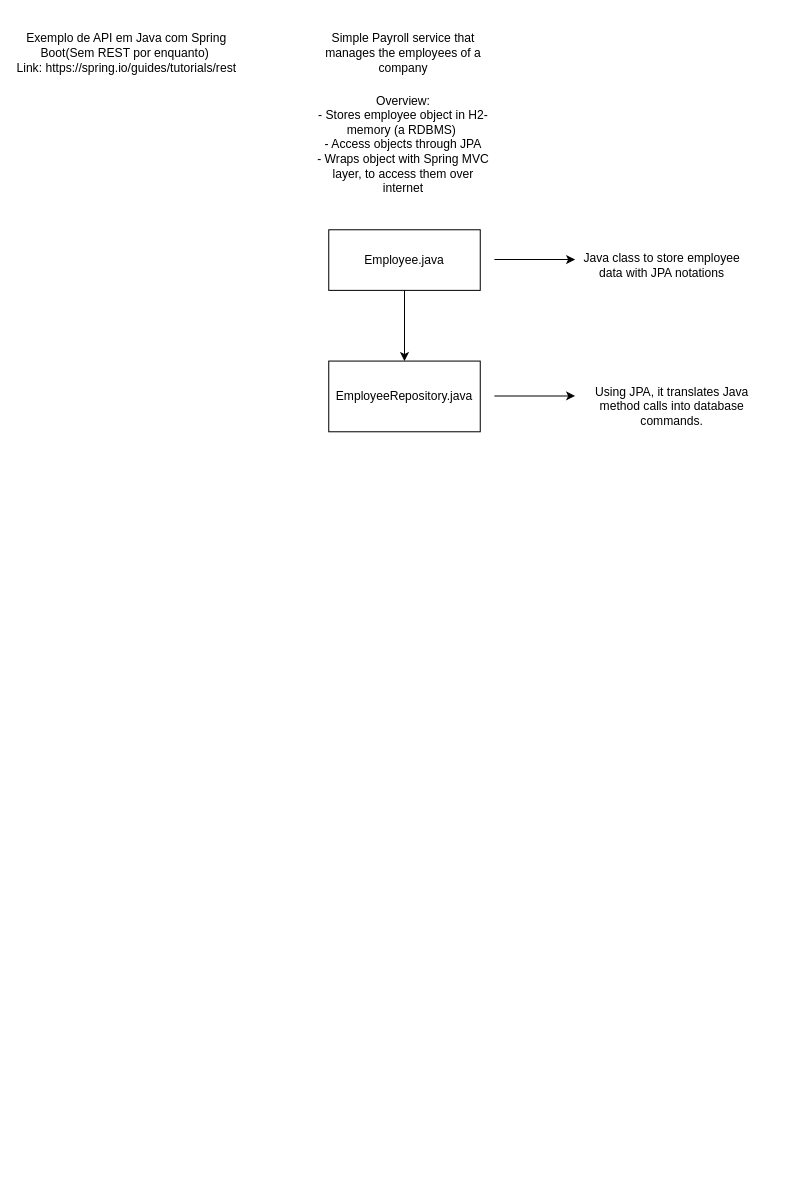
Earlier version of the draw.io diagram Diagrama sem nome.drawio (concertmaster40/Projeto-Transdisciplinar-BCC). Source tidied: cells renumbered, new cells numbered last; positions are measured from the earlier drawing's top-left corner, leaving out a move shared by most shapes. Both pictures are drawn from the tidied source at 101%, with x=0, y=0 at pixel (35, 17).
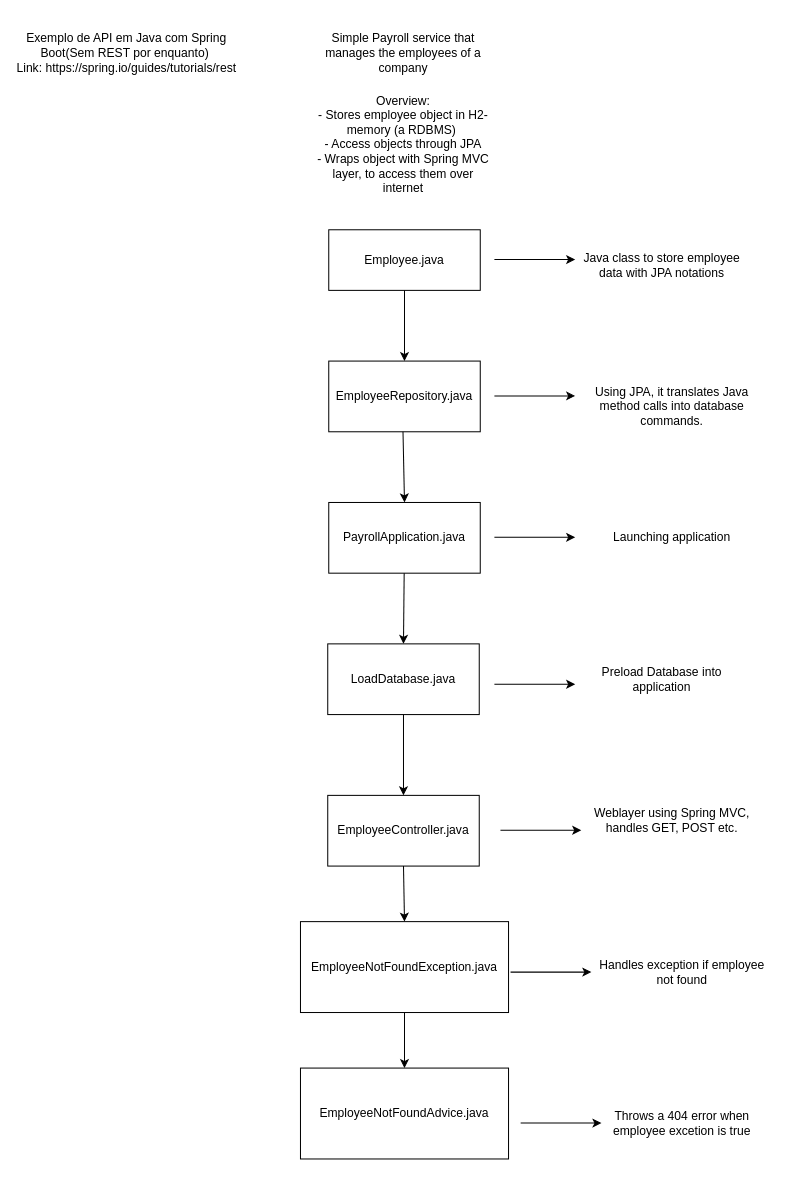
After the change.

Commit message:
fluxo completo sem REST

The edit, as a diff of the source:
```diff
@@
+    <mxCell id="12" value="Launching application" style="text;html=1;whiteSpace=wrap;strokeColor=none;fillColor=none;align=center;verticalAlign=middle;rounded=0;" parent="1" vertex="1">
+      <mxGeometry x="540" y="480" width="180" height="70" as="geometry" />
+    </mxCell>
+    <mxCell id="13" value="PayrollApplication.java" style="rounded=0;whiteSpace=wrap;html=1;" parent="1" vertex="1">
+      <mxGeometry x="290" y="480" width="150" height="70" as="geometry" />
+    </mxCell>
+    <mxCell id="14" style="endArrow=classic;html=1;rounded=0;exitX=0.5;exitY=1;exitDx=0;exitDy=0;entryX=0.5;entryY=0;entryDx=0;entryDy=0;" parent="1" edge="1" target="13">
+      <mxGeometry relative="1" as="geometry">
+        <mxPoint x="363.5" y="410" as="sourcePoint" />
+      </mxGeometry>
+    </mxCell>
+    <mxCell id="15" style="endArrow=classic;html=1;rounded=0;" parent="1" edge="1">
+      <mxGeometry relative="1" as="geometry">
+        <mxPoint x="454" y="514.5" as="sourcePoint" />
+        <mxPoint x="534" y="514.5" as="targetPoint" />
+      </mxGeometry>
+    </mxCell>
+    <mxCell id="16" value="Preload Database into application" style="text;html=1;whiteSpace=wrap;strokeColor=none;fillColor=none;align=center;verticalAlign=middle;rounded=0;" parent="1" vertex="1">
+      <mxGeometry x="530" y="620" width="180" height="70" as="geometry" />
+    </mxCell>
+    <mxCell id="17" style="endArrow=classic;html=1;rounded=0;entryX=0.5;entryY=0;entryDx=0;entryDy=0;" parent="1" edge="1" source="13" target="18">
+      <mxGeometry relative="1" as="geometry" />
+    </mxCell>
+    <mxCell id="18" value="LoadDatabase.java" style="rounded=0;whiteSpace=wrap;html=1;" parent="1" vertex="1">
+      <mxGeometry x="289" y="620" width="150" height="70" as="geometry" />
+    </mxCell>
+    <mxCell id="19" style="endArrow=classic;html=1;rounded=0;" parent="1" edge="1">
+      <mxGeometry relative="1" as="geometry">
+        <mxPoint x="454" y="660" as="sourcePoint" />
+        <mxPoint x="534" y="660" as="targetPoint" />
+      </mxGeometry>
+    </mxCell>
+    <mxCell id="20" value="Weblayer using Spring MVC, handles GET, POST etc." style="text;html=1;whiteSpace=wrap;strokeColor=none;fillColor=none;align=center;verticalAlign=middle;rounded=0;" parent="1" vertex="1">
+      <mxGeometry x="540" y="760" width="180" height="70" as="geometry" />
+    </mxCell>
+    <mxCell id="21" value="EmployeeController&lt;span style=&quot;background-color: transparent; color: light-dark(rgb(0, 0, 0), rgb(255, 255, 255));&quot;&gt;.java&lt;/span&gt;" style="rounded=0;whiteSpace=wrap;html=1;" parent="1" vertex="1">
+      <mxGeometry x="289" y="770" width="150" height="70" as="geometry" />
+    </mxCell>
+    <mxCell id="22" style="endArrow=classic;html=1;rounded=0;exitX=0.5;exitY=1;exitDx=0;exitDy=0;entryX=0.5;entryY=0;entryDx=0;entryDy=0;" parent="1" edge="1" source="18" target="21">
+      <mxGeometry relative="1" as="geometry" />
+    </mxCell>
+    <mxCell id="23" style="endArrow=classic;html=1;rounded=0;exitX=0.5;exitY=1;exitDx=0;exitDy=0;entryX=0.5;entryY=0;entryDx=0;entryDy=0;" parent="1" edge="1" source="21" target="27">
+      <mxGeometry relative="1" as="geometry" />
+    </mxCell>
+    <mxCell id="24" style="endArrow=classic;html=1;rounded=0;" parent="1" edge="1">
+      <mxGeometry relative="1" as="geometry">
+        <mxPoint x="460" y="804.5" as="sourcePoint" />
+        <mxPoint x="540" y="804.5" as="targetPoint" />
+      </mxGeometry>
+    </mxCell>
+    <mxCell id="25" value="Handles exception if employee not found" style="text;html=1;whiteSpace=wrap;strokeColor=none;fillColor=none;align=center;verticalAlign=middle;rounded=0;" parent="1" vertex="1">
+      <mxGeometry x="550" y="910" width="180" height="70" as="geometry" />
+    </mxCell>
+    <mxCell id="26" value="Throws a 404 error when employee excetion is true" style="text;html=1;whiteSpace=wrap;strokeColor=none;fillColor=none;align=center;verticalAlign=middle;rounded=0;" parent="1" vertex="1">
+      <mxGeometry x="550" y="1060" width="180" height="70" as="geometry" />
+    </mxCell>
+    <mxCell id="27" value="EmployeeNotFoundException&lt;span style=&quot;background-color: transparent; color: light-dark(rgb(0, 0, 0), rgb(255, 255, 255));&quot;&gt;.java&lt;/span&gt;" style="rounded=0;whiteSpace=wrap;html=1;" parent="1" vertex="1">
+      <mxGeometry x="262" y="895" width="206" height="90" as="geometry" />
+    </mxCell>
+    <mxCell id="28" value="EmployeeNotFoundAdvice&lt;span style=&quot;background-color: transparent; color: light-dark(rgb(0, 0, 0), rgb(255, 255, 255));&quot;&gt;.java&lt;/span&gt;" style="rounded=0;whiteSpace=wrap;html=1;" parent="1" vertex="1">
+      <mxGeometry x="262" y="1040" width="206" height="90" as="geometry" />
+    </mxCell>
+    <mxCell id="29" style="endArrow=classic;html=1;rounded=0;exitX=0.5;exitY=1;exitDx=0;exitDy=0;entryX=0.5;entryY=0;entryDx=0;entryDy=0;" parent="1" edge="1" source="27" target="28">
+      <mxGeometry relative="1" as="geometry" />
+    </mxCell>
+    <mxCell id="30" style="endArrow=classic;html=1;rounded=0;" parent="1" edge="1">
+      <mxGeometry relative="1" as="geometry">
+        <mxPoint x="470" y="945" as="sourcePoint" />
+        <mxPoint x="550" y="945" as="targetPoint" />
+      </mxGeometry>
+    </mxCell>
+    <mxCell id="31" style="endArrow=classic;html=1;rounded=0;" parent="1" edge="1">
+      <mxGeometry relative="1" as="geometry">
+        <mxPoint x="480" y="1094.5" as="sourcePoint" />
+        <mxPoint x="560" y="1094.5" as="targetPoint" />
+      </mxGeometry>
+    </mxCell>
```
